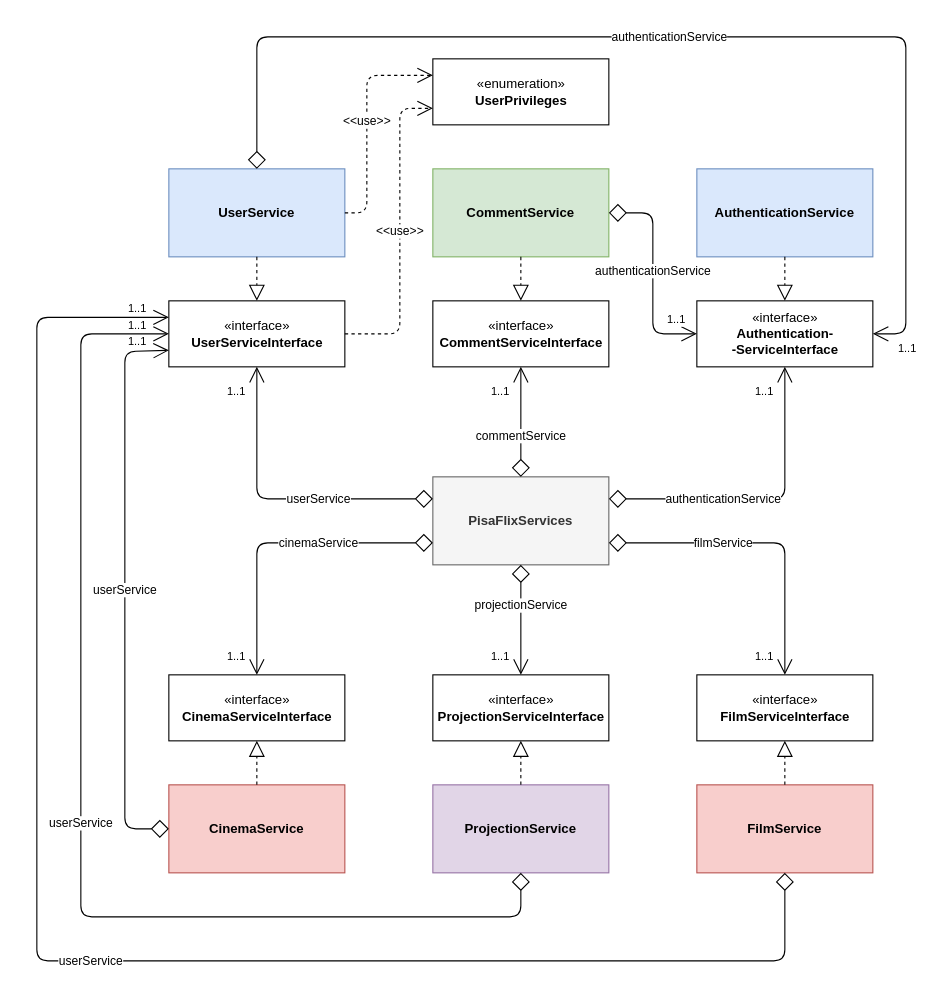
Earlier version of the draw.io diagram Task1/Documentation/Diagrams/services.drawio (unipi-fr/LargeScaleMultiStructureDatabases). Source tidied: cells renumbered, new cells numbered last; positions are measured from the earlier drawing's top-left corner, leaving out a move shared by most shapes. Both pictures are drawn from the tidied source at 110%, with x=0, y=0 at pixel (36, 36).
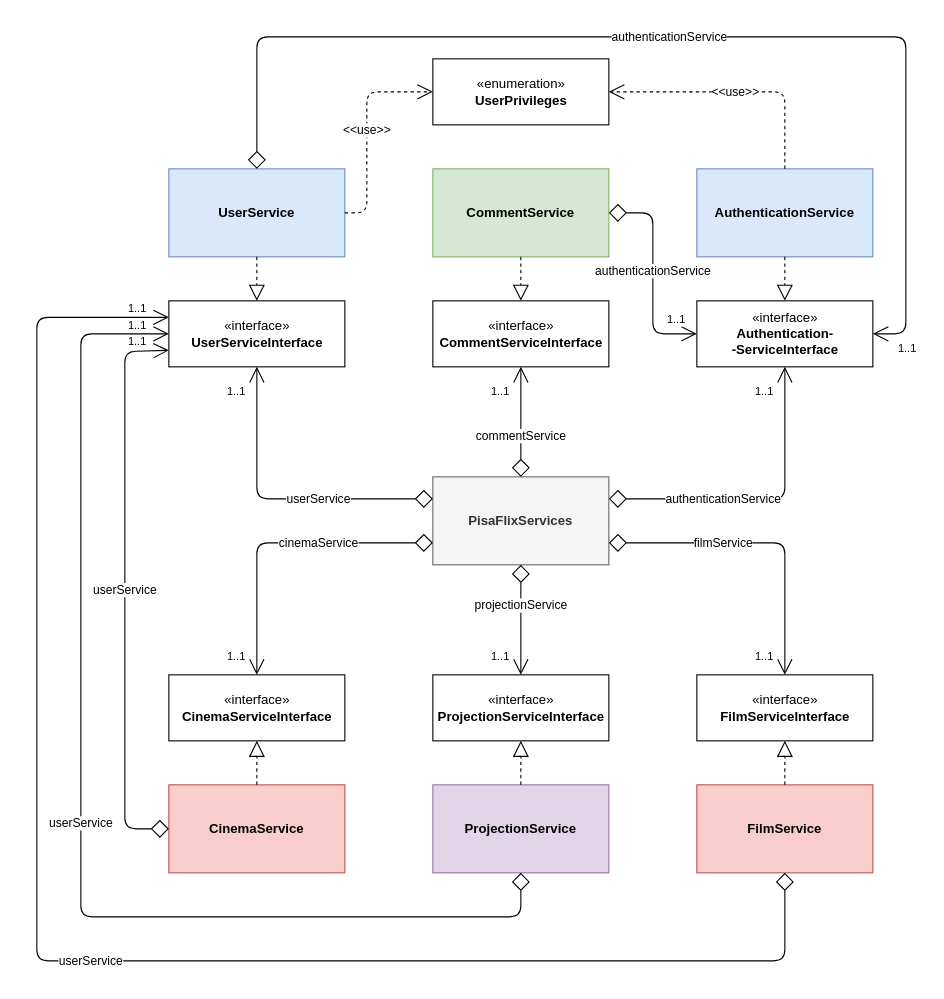
Above is the later version.

Commit message (it also covers changes not shown here):
Diagrammi finiti

The change refers to these unchanged cells:
```xml
<mxCell id="2" value="&lt;p style=&quot;margin: 0px ; margin-top: 4px ; text-align: center&quot;&gt;&lt;b&gt;&lt;br&gt;&lt;br&gt;AuthenticationService&lt;/b&gt;&lt;br&gt;&lt;/p&gt;" style="verticalAlign=top;align=left;overflow=fill;fontSize=12;fontFamily=Helvetica;html=1;fillColor=#dae8fc;strokeColor=#6c8ebf;" parent="1" vertex="1">
  <mxGeometry x="600" y="120" width="160" height="80" as="geometry" />
</mxCell>
<mxCell id="3" value="«interface»&lt;br&gt;&lt;b&gt;UserServiceInterface&lt;/b&gt;" style="html=1;" parent="1" vertex="1">
  <mxGeometry x="120" y="240" width="160" height="60" as="geometry" />
</mxCell>
<mxCell id="11" value="«enumeration»&lt;br&gt;&lt;b&gt;UserPrivileges&lt;/b&gt;" style="html=1;" parent="1" vertex="1">
  <mxGeometry x="360" y="20" width="160" height="60" as="geometry" />
</mxCell>
```

Diff of the diagram source:
```diff
@@
-    <mxCell id="46" value="&amp;lt;&amp;lt;use&amp;gt;&amp;gt;" style="endArrow=open;endSize=12;dashed=1;html=1;entryX=0;entryY=0.25;entryDx=0;entryDy=0;" parent="1" edge="1" target="11">
+    <mxCell id="46" value="&amp;lt;&amp;lt;use&amp;gt;&amp;gt;" style="endArrow=open;endSize=12;dashed=1;html=1;entryX=0;entryY=0.5;entryDx=0;entryDy=0;" parent="1" edge="1" target="11">
       <mxGeometry relative="1" as="geometry">
         <mxPoint x="280" y="160" as="sourcePoint" />
         <Array as="points">
           <mxPoint x="300" y="160" />
-          <mxPoint x="300" y="35" />
+          <mxPoint x="300" y="50" />
         </Array>
       </mxGeometry>
     </mxCell>
-    <mxCell id="47" value="&amp;lt;&amp;lt;use&amp;gt;&amp;gt;" style="endArrow=open;endSize=12;dashed=1;html=1;entryX=0;entryY=0.75;entryDx=0;entryDy=0;exitX=1;exitY=0.5;exitDx=0;exitDy=0;" parent="1" edge="1" source="3" target="11">
+    <mxCell id="47" value="&amp;lt;&amp;lt;use&amp;gt;&amp;gt;" style="endArrow=open;endSize=12;dashed=1;html=1;exitX=0.5;exitY=0;exitDx=0;exitDy=0;entryX=1;entryY=0.5;entryDx=0;entryDy=0;" parent="1" edge="1" source="2" target="11">
       <mxGeometry relative="1" as="geometry">
         <Array as="points">
-          <mxPoint x="330" y="270" />
-          <mxPoint x="330" y="65" />
+          <mxPoint x="680" y="50" />
         </Array>
       </mxGeometry>
     </mxCell>
```
